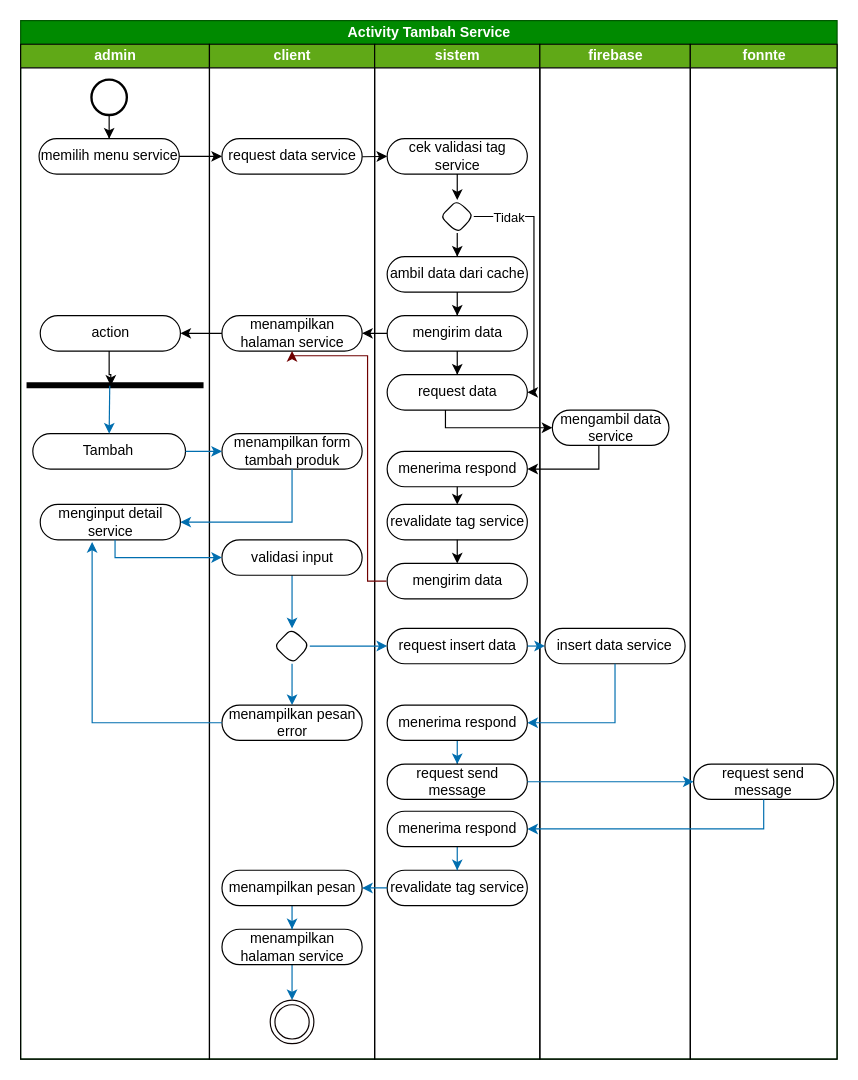
Before: page "activity tambah service" (31 of 35) of skrpsian.drawio in ThikerXCX/umltoko, a draw.io diagram. Source tidied: cells renumbered, new cells numbered last; positions are measured from the earlier drawing's top-left corner, leaving out a move shared by most shapes. Both pictures are drawn from the tidied source at 118%, with x=0, y=0 at pixel (20, 20).
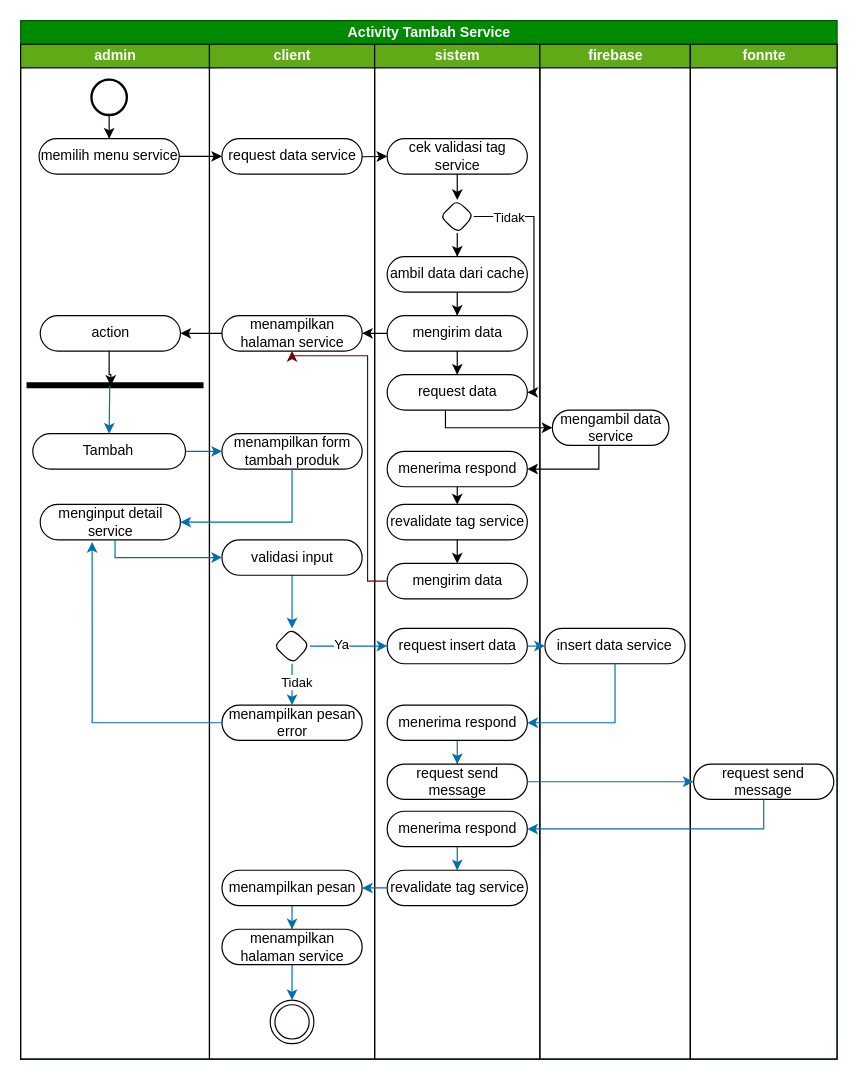
Above is the later version.

Unchanged cells that the change refers to:
```xml
<mxCell id="22" style="edgeStyle=orthogonalEdgeStyle;rounded=0;jettySize=auto;html=1;fillColor=#1ba1e2;strokeColor=#006EAF;" parent="13" edge="1" source="23" target="24">
  <mxGeometry relative="1" as="geometry" />
</mxCell>
<mxCell id="67" style="edgeStyle=orthogonalEdgeStyle;rounded=0;jettySize=auto;html=1;fillColor=#1ba1e2;strokeColor=#006EAF;" parent="2" edge="1" source="23" target="44">
  <mxGeometry relative="1" as="geometry" />
</mxCell>
```

Diff of the diagram source:
```diff
@@
+    <mxCell id="73" value="Tidak" style="edgeLabel;html=1;align=center;verticalAlign=middle;" parent="22" vertex="1">
+      <mxGeometry x="0.11" y="3" relative="1" as="geometry" />
+    </mxCell>
@@
+    <mxCell id="74" value="Ya" style="edgeLabel;html=1;align=center;verticalAlign=middle;" parent="67" vertex="1">
+      <mxGeometry x="-0.21" y="2" relative="1" as="geometry" />
+    </mxCell>
```
